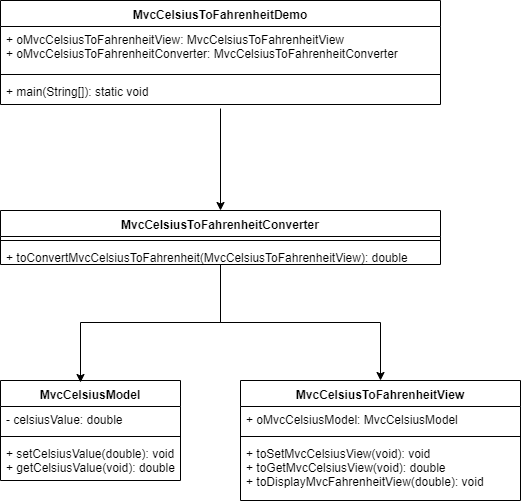
learning-prog/JavaMVC keeps this draw.io diagram as CelsiusToFahrenheit/UML_CelsiusToFahrenheit.png. Above is the earlier version. Source tidied: cells renumbered, new cells last; positions are measured from the earlier drawing's top-left corner, leaving out a move shared by most shapes.
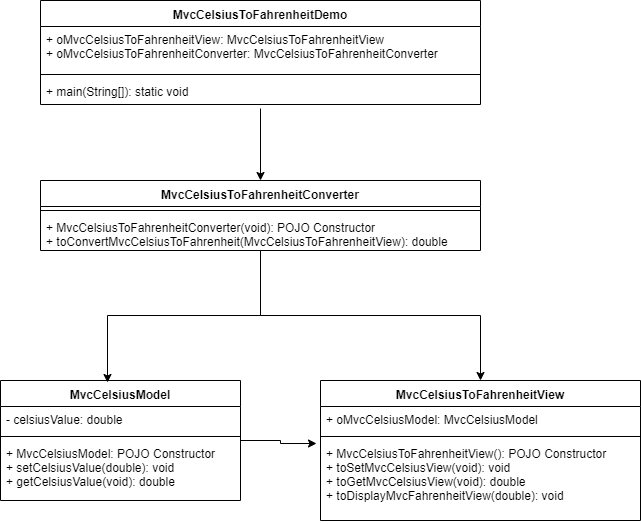
Above is the later version.

Commit message:
updated with POJO constructor implementation

Diff of the diagram source:
```diff
@@ -2,29 +2,32 @@
   <root>
     <mxCell id="0" />
     <mxCell id="1" parent="0" />
+    <mxCell id="20" style="edgeStyle=orthogonalEdgeStyle;rounded=0;jettySize=auto;html=1;entryX=-0.012;entryY=0.033;entryDx=0;entryDy=0;entryPerimeter=0;" parent="1" edge="1" source="2" target="9">
+      <mxGeometry relative="1" as="geometry" />
+    </mxCell>
     <mxCell id="2" value="MvcCelsiusModel" style="swimlane;fontStyle=1;align=center;verticalAlign=top;horizontal=1;startSize=26;" parent="1" vertex="1">
-      <mxGeometry y="380" width="180" height="100" as="geometry" />
+      <mxGeometry x="-40" y="380" width="240" height="120" as="geometry" />
     </mxCell>
     <mxCell id="3" value="- celsiusValue: double" style="text;strokeColor=none;fillColor=none;align=left;verticalAlign=top;spacingLeft=4;spacingRight=4;overflow=hidden;" parent="2" vertex="1">
-      <mxGeometry y="26" width="180" height="26" as="geometry" />
+      <mxGeometry y="26" width="240" height="26" as="geometry" />
     </mxCell>
     <mxCell id="4" style="line;strokeWidth=1;fillColor=none;align=left;verticalAlign=middle;spacingTop=-1;spacingLeft=3;spacingRight=3;labelPosition=right;" parent="2" vertex="1">
-      <mxGeometry y="52" width="180" height="8" as="geometry" />
+      <mxGeometry y="52" width="240" height="8" as="geometry" />
     </mxCell>
-    <mxCell id="5" value="+ setCelsiusValue(double): void&#10;+ getCelsiusValue(void): double" style="text;strokeColor=none;fillColor=none;align=left;verticalAlign=top;spacingLeft=4;spacingRight=4;overflow=hidden;" parent="2" vertex="1">
-      <mxGeometry y="60" width="180" height="40" as="geometry" />
+    <mxCell id="5" value="+ MvcCelsiusModel: POJO Constructor&#10;+ setCelsiusValue(double): void&#10;+ getCelsiusValue(void): double" style="text;strokeColor=none;fillColor=none;align=left;verticalAlign=top;spacingLeft=4;spacingRight=4;overflow=hidden;" parent="2" vertex="1">
+      <mxGeometry y="60" width="240" height="60" as="geometry" />
     </mxCell>
     <mxCell id="6" value="MvcCelsiusToFahrenheitView" style="swimlane;fontStyle=1;align=center;verticalAlign=top;horizontal=1;startSize=26;" parent="1" vertex="1">
-      <mxGeometry x="240" y="380" width="280" height="120" as="geometry" />
+      <mxGeometry x="280" y="380" width="320" height="140" as="geometry" />
     </mxCell>
     <mxCell id="7" value="+ oMvcCelsiusModel: MvcCelsiusModel" style="text;strokeColor=none;fillColor=none;align=left;verticalAlign=top;spacingLeft=4;spacingRight=4;overflow=hidden;" parent="6" vertex="1">
-      <mxGeometry y="26" width="280" height="26" as="geometry" />
+      <mxGeometry y="26" width="320" height="26" as="geometry" />
     </mxCell>
     <mxCell id="8" style="line;strokeWidth=1;fillColor=none;align=left;verticalAlign=middle;spacingTop=-1;spacingLeft=3;spacingRight=3;labelPosition=right;" parent="6" vertex="1">
-      <mxGeometry y="52" width="280" height="8" as="geometry" />
+      <mxGeometry y="52" width="320" height="8" as="geometry" />
     </mxCell>
-    <mxCell id="9" value="+ toSetMvcCelsiusView(void): void&#10;+ toGetMvcCelsiusView(void): double&#10;+ toDisplayMvcFahrenheitView(double): void" style="text;strokeColor=none;fillColor=none;align=left;verticalAlign=top;spacingLeft=4;spacingRight=4;overflow=hidden;points=[[0,0.5],[1,0.5]];portConstraint=eastwest;" parent="6" vertex="1">
-      <mxGeometry y="60" width="280" height="60" as="geometry" />
+    <mxCell id="9" value="+ MvcCelsiusToFahrenheitView(): POJO Constructor&#10;+ toSetMvcCelsiusView(void): void&#10;+ toGetMvcCelsiusView(void): double&#10;+ toDisplayMvcFahrenheitView(double): void" style="text;strokeColor=none;fillColor=none;align=left;verticalAlign=top;spacingLeft=4;spacingRight=4;overflow=hidden;points=[[0,0.5],[1,0.5]];portConstraint=eastwest;" parent="6" vertex="1">
+      <mxGeometry y="60" width="320" height="80" as="geometry" />
     </mxCell>
     <mxCell id="10" style="edgeStyle=orthogonalEdgeStyle;rounded=0;jettySize=auto;html=1;entryX=0.444;entryY=0.02;entryDx=0;entryDy=0;entryPerimeter=0;" parent="1" edge="1" source="12" target="2">
       <mxGeometry relative="1" as="geometry" />
@@ -33,13 +36,13 @@
       <mxGeometry relative="1" as="geometry" />
     </mxCell>
     <mxCell id="12" value="MvcCelsiusToFahrenheitConverter" style="swimlane;fontStyle=1;align=center;verticalAlign=top;horizontal=1;startSize=26;" parent="1" vertex="1">
-      <mxGeometry y="210" width="440" height="54" as="geometry" />
+      <mxGeometry y="180" width="440" height="70" as="geometry" />
     </mxCell>
     <mxCell id="13" style="line;strokeWidth=1;fillColor=none;align=left;verticalAlign=middle;spacingTop=-1;spacingLeft=3;spacingRight=3;labelPosition=right;" parent="12" vertex="1">
       <mxGeometry y="26" width="440" height="8" as="geometry" />
     </mxCell>
-    <mxCell id="14" value="+ toConvertMvcCelsiusToFahrenheit(MvcCelsiusToFahrenheitView): double&#10;" style="text;strokeColor=none;fillColor=none;align=left;verticalAlign=top;spacingLeft=4;spacingRight=4;overflow=hidden;" parent="12" vertex="1">
-      <mxGeometry y="34" width="440" height="20" as="geometry" />
+    <mxCell id="14" value="+ MvcCelsiusToFahrenheitConverter(void): POJO Constructor&#10;+ toConvertMvcCelsiusToFahrenheit(MvcCelsiusToFahrenheitView): double" style="text;strokeColor=none;fillColor=none;align=left;verticalAlign=top;spacingLeft=4;spacingRight=4;overflow=hidden;" parent="12" vertex="1">
+      <mxGeometry y="34" width="440" height="36" as="geometry" />
     </mxCell>
     <mxCell id="15" style="edgeStyle=orthogonalEdgeStyle;rounded=0;jettySize=auto;html=1;entryX=0.5;entryY=0;entryDx=0;entryDy=0;" parent="1" edge="1" target="12">
       <mxGeometry relative="1" as="geometry">
```
